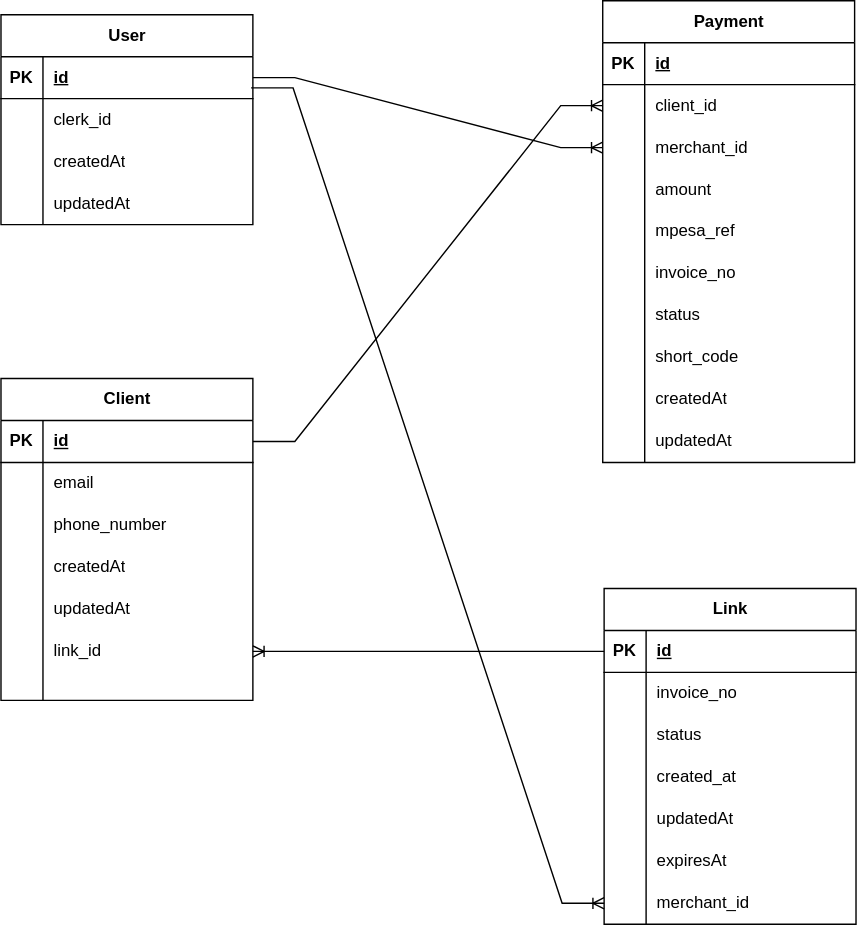
The draw.io diagram assets/Diagrams/Entity-relationship-diagram.svg in eva003n/paylink, before a commit. Source tidied: cells renumbered, new cells last; positions are measured from the earlier drawing's top-left corner, leaving out a move shared by most shapes.
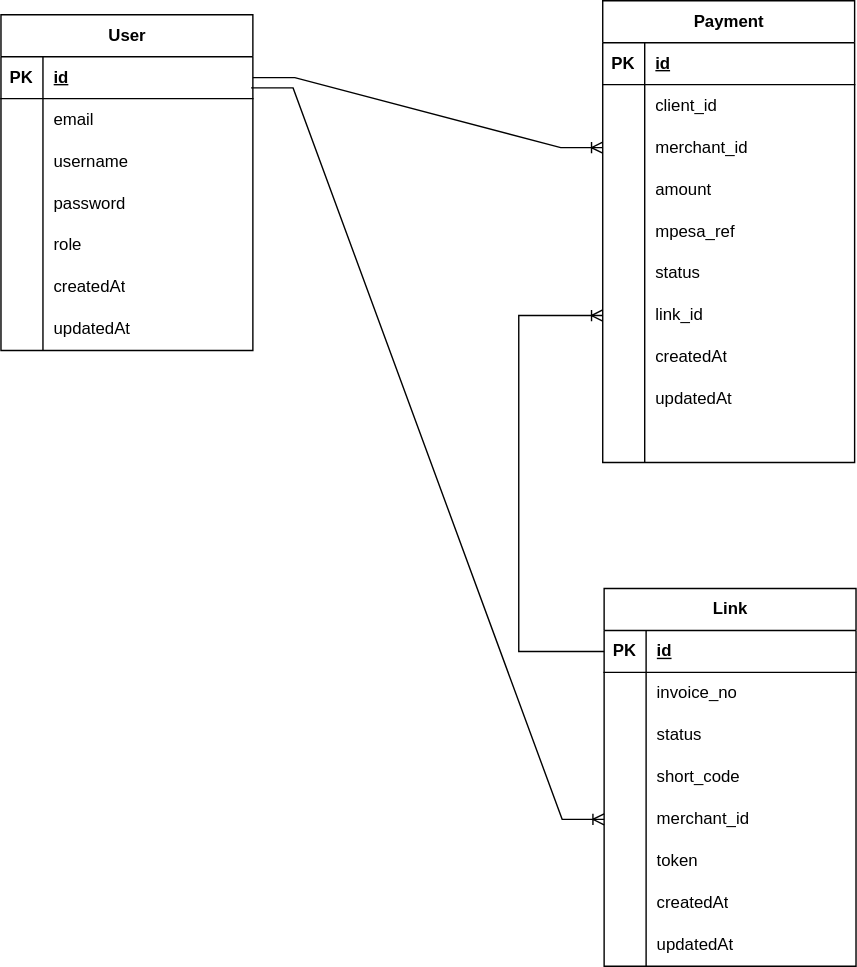
Later version of the same file.

The edit, as a diff of the source:
```diff
@@ -5,3 +5,3 @@
     <mxCell id="2" value="User" style="shape=table;startSize=30;rowLines=0;fontStyle=1;align=center;html=1;" parent="1" vertex="1">
-      <mxGeometry y="10" width="180" height="150" as="geometry" />
+      <mxGeometry y="10" width="180" height="240" as="geometry" />
     </mxCell>
@@ -22,3 +22,3 @@
     </mxCell>
-    <mxCell id="8" value="clerk_id" style="shape=partialRectangle;fillColor=none;top=0;left=0;bottom=0;right=0;align=left;spacingLeft=6;overflow=hidden;whiteSpace=wrap;html=1;" parent="6" vertex="1">
+    <mxCell id="8" value="email" style="shape=partialRectangle;fillColor=none;top=0;left=0;bottom=0;right=0;align=left;spacingLeft=6;overflow=hidden;whiteSpace=wrap;html=1;" parent="6" vertex="1">
       <mxGeometry x="30" width="150" height="30" as="geometry" />
@@ -31,3 +31,3 @@
     </mxCell>
-    <mxCell id="11" value="createdAt" style="shape=partialRectangle;fillColor=none;top=0;left=0;bottom=0;right=0;align=left;spacingLeft=6;overflow=hidden;whiteSpace=wrap;html=1;" parent="9" vertex="1">
+    <mxCell id="11" value="username" style="shape=partialRectangle;fillColor=none;top=0;left=0;bottom=0;right=0;align=left;spacingLeft=6;overflow=hidden;whiteSpace=wrap;html=1;" parent="9" vertex="1">
       <mxGeometry x="30" width="150" height="30" as="geometry" />
@@ -40,5 +40,32 @@
     </mxCell>
-    <mxCell id="14" value="updatedAt" style="shape=partialRectangle;fillColor=none;top=0;left=0;bottom=0;right=0;align=left;spacingLeft=6;overflow=hidden;whiteSpace=wrap;html=1;" parent="12" vertex="1">
+    <mxCell id="14" value="password" style="shape=partialRectangle;fillColor=none;top=0;left=0;bottom=0;right=0;align=left;spacingLeft=6;overflow=hidden;whiteSpace=wrap;html=1;" parent="12" vertex="1">
       <mxGeometry x="30" width="150" height="30" as="geometry" />
     </mxCell>
+    <mxCell id="59" style="shape=tableRow;horizontal=0;startSize=0;swimlaneHead=0;swimlaneBody=0;fillColor=none;top=0;left=0;right=0;bottom=0;" parent="2" vertex="1">
+      <mxGeometry y="150" width="180" height="30" as="geometry" />
+    </mxCell>
+    <mxCell id="94" style="shape=partialRectangle;fillColor=none;top=0;left=0;bottom=0;right=0;overflow=hidden;whiteSpace=wrap;html=1;" parent="59" vertex="1">
+      <mxGeometry width="30" height="30" as="geometry" />
+    </mxCell>
+    <mxCell id="95" value="role" style="shape=partialRectangle;fillColor=none;top=0;left=0;bottom=0;right=0;align=left;spacingLeft=6;overflow=hidden;whiteSpace=wrap;html=1;" parent="59" vertex="1">
+      <mxGeometry x="30" width="150" height="30" as="geometry" />
+    </mxCell>
+    <mxCell id="62" style="shape=tableRow;horizontal=0;startSize=0;swimlaneHead=0;swimlaneBody=0;fillColor=none;points=[[0,0.5],[1,0.5]];portConstraint=eastwest;top=0;left=0;right=0;bottom=0;" parent="2" vertex="1">
+      <mxGeometry y="180" width="180" height="30" as="geometry" />
+    </mxCell>
+    <mxCell id="96" style="shape=partialRectangle;fillColor=none;top=0;left=0;bottom=0;right=0;overflow=hidden;whiteSpace=wrap;html=1;" parent="62" vertex="1">
+      <mxGeometry width="30" height="30" as="geometry" />
+    </mxCell>
+    <mxCell id="58" value="createdAt" style="shape=partialRectangle;fillColor=none;top=0;left=0;bottom=0;right=0;align=left;spacingLeft=6;overflow=hidden;whiteSpace=wrap;html=1;" parent="62" vertex="1">
+      <mxGeometry x="30" width="150" height="30" as="geometry" />
+    </mxCell>
+    <mxCell id="97" style="shape=tableRow;horizontal=0;startSize=0;swimlaneHead=0;swimlaneBody=0;fillColor=none;top=0;left=0;right=0;bottom=0;" parent="2" vertex="1">
+      <mxGeometry y="210" width="180" height="30" as="geometry" />
+    </mxCell>
+    <mxCell id="98" style="shape=partialRectangle;fillColor=none;top=0;left=0;bottom=0;right=0;overflow=hidden;whiteSpace=wrap;html=1;" parent="97" vertex="1">
+      <mxGeometry width="30" height="30" as="geometry" />
+    </mxCell>
+    <mxCell id="99" value="updatedAt" style="shape=partialRectangle;fillColor=none;top=0;left=0;bottom=0;right=0;align=left;spacingLeft=6;overflow=hidden;whiteSpace=wrap;html=1;" parent="97" vertex="1">
+      <mxGeometry x="30" width="150" height="30" as="geometry" />
+    </mxCell>
     <mxCell id="15" value="Payment" style="shape=table;startSize=30;rowLines=0;fontStyle=1;align=center;html=1;" parent="1" vertex="1">
@@ -97,3 +124,3 @@
     </mxCell>
-    <mxCell id="33" value="invoice_no" style="shape=partialRectangle;fillColor=none;top=0;left=0;bottom=0;right=0;align=left;spacingLeft=6;overflow=hidden;whiteSpace=wrap;html=1;" parent="31" vertex="1">
+    <mxCell id="33" value="status" style="shape=partialRectangle;fillColor=none;top=0;left=0;bottom=0;right=0;align=left;spacingLeft=6;overflow=hidden;whiteSpace=wrap;html=1;" parent="31" vertex="1">
       <mxGeometry x="30" width="150" height="30" as="geometry" />
@@ -106,3 +133,3 @@
     </mxCell>
-    <mxCell id="36" value="status" style="shape=partialRectangle;fillColor=none;top=0;left=0;bottom=0;right=0;align=left;spacingLeft=6;overflow=hidden;whiteSpace=wrap;html=1;" parent="34" vertex="1">
+    <mxCell id="36" value="link_id" style="shape=partialRectangle;fillColor=none;top=0;left=0;bottom=0;right=0;align=left;spacingLeft=6;overflow=hidden;whiteSpace=wrap;html=1;" parent="34" vertex="1">
       <mxGeometry x="30" width="150" height="30" as="geometry" />
@@ -115,3 +142,3 @@
     </mxCell>
-    <mxCell id="39" value="short_code" style="shape=partialRectangle;fillColor=none;top=0;left=0;bottom=0;right=0;align=left;spacingLeft=6;overflow=hidden;whiteSpace=wrap;html=1;" parent="37" vertex="1">
+    <mxCell id="39" value="createdAt" style="shape=partialRectangle;fillColor=none;top=0;left=0;bottom=0;right=0;align=left;spacingLeft=6;overflow=hidden;whiteSpace=wrap;html=1;" parent="37" vertex="1">
       <mxGeometry x="30" width="150" height="30" as="geometry" />
@@ -124,3 +151,3 @@
     </mxCell>
-    <mxCell id="42" value="createdAt" style="shape=partialRectangle;fillColor=none;top=0;left=0;bottom=0;right=0;align=left;spacingLeft=6;overflow=hidden;whiteSpace=wrap;html=1;" parent="40" vertex="1">
+    <mxCell id="42" value="updatedAt" style="shape=partialRectangle;fillColor=none;top=0;left=0;bottom=0;right=0;align=left;spacingLeft=6;overflow=hidden;whiteSpace=wrap;html=1;" parent="40" vertex="1">
       <mxGeometry x="30" width="150" height="30" as="geometry" />
@@ -133,73 +160,7 @@
     </mxCell>
-    <mxCell id="45" value="updatedAt" style="shape=partialRectangle;fillColor=none;top=0;left=0;bottom=0;right=0;align=left;spacingLeft=6;overflow=hidden;whiteSpace=wrap;html=1;" parent="43" vertex="1">
+    <mxCell id="45" style="shape=partialRectangle;fillColor=none;top=0;left=0;bottom=0;right=0;align=left;spacingLeft=6;overflow=hidden;whiteSpace=wrap;html=1;" parent="43" vertex="1">
       <mxGeometry x="30" width="150" height="30" as="geometry" />
     </mxCell>
-    <mxCell id="46" value="Client" style="shape=table;startSize=30;rowLines=0;fontStyle=1;align=center;html=1;" parent="1" vertex="1">
-      <mxGeometry y="270" width="180" height="230" as="geometry" />
-    </mxCell>
-    <mxCell id="47" style="shape=tableRow;horizontal=0;startSize=0;swimlaneHead=0;swimlaneBody=0;fillColor=none;points=[[0,0.5],[1,0.5]];portConstraint=eastwest;top=0;left=0;right=0;bottom=1;" parent="46" vertex="1">
-      <mxGeometry y="30" width="180" height="30" as="geometry" />
-    </mxCell>
-    <mxCell id="48" value="PK" style="shape=partialRectangle;fillColor=none;top=0;left=0;bottom=0;right=0;fontStyle=1;overflow=hidden;whiteSpace=wrap;html=1;" parent="47" vertex="1">
-      <mxGeometry width="30" height="30" as="geometry" />
-    </mxCell>
-    <mxCell id="49" value="id" style="shape=partialRectangle;fillColor=none;top=0;left=0;bottom=0;right=0;align=left;spacingLeft=6;fontStyle=5;overflow=hidden;whiteSpace=wrap;html=1;" parent="47" vertex="1">
-      <mxGeometry x="30" width="150" height="30" as="geometry" />
-    </mxCell>
-    <mxCell id="50" style="shape=tableRow;horizontal=0;startSize=0;swimlaneHead=0;swimlaneBody=0;fillColor=none;top=0;left=0;right=0;bottom=0;" parent="46" vertex="1">
-      <mxGeometry y="60" width="180" height="30" as="geometry" />
-    </mxCell>
-    <mxCell id="51" style="shape=partialRectangle;fillColor=none;top=0;left=0;bottom=0;right=0;overflow=hidden;whiteSpace=wrap;html=1;" parent="50" vertex="1">
-      <mxGeometry width="30" height="30" as="geometry" />
-    </mxCell>
-    <mxCell id="52" value="email" style="shape=partialRectangle;fillColor=none;top=0;left=0;bottom=0;right=0;align=left;spacingLeft=6;overflow=hidden;whiteSpace=wrap;html=1;" parent="50" vertex="1">
-      <mxGeometry x="30" width="150" height="30" as="geometry" />
-    </mxCell>
-    <mxCell id="53" style="shape=tableRow;horizontal=0;startSize=0;swimlaneHead=0;swimlaneBody=0;fillColor=none;top=0;left=0;right=0;bottom=0;" parent="46" vertex="1">
-      <mxGeometry y="90" width="180" height="30" as="geometry" />
-    </mxCell>
-    <mxCell id="54" style="shape=partialRectangle;fillColor=none;top=0;left=0;bottom=0;right=0;overflow=hidden;whiteSpace=wrap;html=1;" parent="53" vertex="1">
-      <mxGeometry width="30" height="30" as="geometry" />
-    </mxCell>
-    <mxCell id="55" value="phone_number" style="shape=partialRectangle;fillColor=none;top=0;left=0;bottom=0;right=0;align=left;spacingLeft=6;overflow=hidden;whiteSpace=wrap;html=1;" parent="53" vertex="1">
-      <mxGeometry x="30" width="150" height="30" as="geometry" />
-    </mxCell>
-    <mxCell id="56" style="shape=tableRow;horizontal=0;startSize=0;swimlaneHead=0;swimlaneBody=0;fillColor=none;top=0;left=0;right=0;bottom=0;" parent="46" vertex="1">
-      <mxGeometry y="120" width="180" height="30" as="geometry" />
-    </mxCell>
-    <mxCell id="57" style="shape=partialRectangle;fillColor=none;top=0;left=0;bottom=0;right=0;overflow=hidden;whiteSpace=wrap;html=1;" parent="56" vertex="1">
-      <mxGeometry width="30" height="30" as="geometry" />
-    </mxCell>
-    <mxCell id="58" value="createdAt" style="shape=partialRectangle;fillColor=none;top=0;left=0;bottom=0;right=0;align=left;spacingLeft=6;overflow=hidden;whiteSpace=wrap;html=1;" parent="56" vertex="1">
-      <mxGeometry x="30" width="150" height="30" as="geometry" />
-    </mxCell>
-    <mxCell id="59" style="shape=tableRow;horizontal=0;startSize=0;swimlaneHead=0;swimlaneBody=0;fillColor=none;top=0;left=0;right=0;bottom=0;" parent="46" vertex="1">
-      <mxGeometry y="150" width="180" height="30" as="geometry" />
-    </mxCell>
-    <mxCell id="60" style="shape=partialRectangle;fillColor=none;top=0;left=0;bottom=0;right=0;overflow=hidden;whiteSpace=wrap;html=1;" parent="59" vertex="1">
-      <mxGeometry width="30" height="30" as="geometry" />
-    </mxCell>
-    <mxCell id="61" value="updatedAt" style="shape=partialRectangle;fillColor=none;top=0;left=0;bottom=0;right=0;align=left;spacingLeft=6;overflow=hidden;whiteSpace=wrap;html=1;" parent="59" vertex="1">
-      <mxGeometry x="30" width="150" height="30" as="geometry" />
-    </mxCell>
-    <mxCell id="62" style="shape=tableRow;horizontal=0;startSize=0;swimlaneHead=0;swimlaneBody=0;fillColor=none;points=[[0,0.5],[1,0.5]];portConstraint=eastwest;top=0;left=0;right=0;bottom=0;" parent="46" vertex="1">
-      <mxGeometry y="180" width="180" height="30" as="geometry" />
-    </mxCell>
-    <mxCell id="63" style="shape=partialRectangle;fillColor=none;top=0;left=0;bottom=0;right=0;overflow=hidden;whiteSpace=wrap;html=1;" parent="62" vertex="1">
-      <mxGeometry width="30" height="30" as="geometry" />
-    </mxCell>
-    <mxCell id="64" value="link_id" style="shape=partialRectangle;fillColor=none;top=0;left=0;bottom=0;right=0;align=left;spacingLeft=6;overflow=hidden;whiteSpace=wrap;html=1;" parent="62" vertex="1">
-      <mxGeometry x="30" width="150" height="30" as="geometry" />
-    </mxCell>
-    <mxCell id="65" style="shape=tableRow;horizontal=0;startSize=0;swimlaneHead=0;swimlaneBody=0;fillColor=none;top=0;left=0;right=0;bottom=0;" parent="46" vertex="1">
-      <mxGeometry y="210" width="180" height="20" as="geometry" />
-    </mxCell>
-    <mxCell id="66" style="shape=partialRectangle;fillColor=none;top=0;left=0;bottom=0;right=0;overflow=hidden;whiteSpace=wrap;html=1;" parent="65" vertex="1">
-      <mxGeometry width="30" height="20" as="geometry" />
-    </mxCell>
-    <mxCell id="67" style="shape=partialRectangle;fillColor=none;top=0;left=0;bottom=0;right=0;align=left;spacingLeft=6;overflow=hidden;whiteSpace=wrap;html=1;" parent="65" vertex="1">
-      <mxGeometry x="30" width="150" height="20" as="geometry" />
-    </mxCell>
     <mxCell id="68" value="Link" style="shape=table;startSize=30;rowLines=0;fontStyle=1;align=center;html=1;" parent="1" vertex="1">
-      <mxGeometry x="431" y="420" width="180" height="240" as="geometry" />
+      <mxGeometry x="431" y="420" width="180" height="270" as="geometry" />
     </mxCell>
@@ -238,3 +199,3 @@
     </mxCell>
-    <mxCell id="80" value="created_at" style="shape=partialRectangle;fillColor=none;top=0;left=0;bottom=0;right=0;align=left;spacingLeft=6;overflow=hidden;whiteSpace=wrap;html=1;" parent="78" vertex="1">
+    <mxCell id="80" value="short_code" style="shape=partialRectangle;fillColor=none;top=0;left=0;bottom=0;right=0;align=left;spacingLeft=6;overflow=hidden;whiteSpace=wrap;html=1;" parent="78" vertex="1">
       <mxGeometry x="30" width="150" height="30" as="geometry" />
@@ -247,3 +208,3 @@
     </mxCell>
-    <mxCell id="83" value="updatedAt" style="shape=partialRectangle;fillColor=none;top=0;left=0;bottom=0;right=0;align=left;spacingLeft=6;overflow=hidden;whiteSpace=wrap;html=1;" parent="81" vertex="1">
+    <mxCell id="83" value="merchant_id" style="shape=partialRectangle;fillColor=none;top=0;left=0;bottom=0;right=0;align=left;spacingLeft=6;overflow=hidden;whiteSpace=wrap;html=1;" parent="81" vertex="1">
       <mxGeometry x="30" width="150" height="30" as="geometry" />
@@ -256,3 +217,3 @@
     </mxCell>
-    <mxCell id="86" value="expiresAt" style="shape=partialRectangle;fillColor=none;top=0;left=0;bottom=0;right=0;align=left;spacingLeft=6;overflow=hidden;whiteSpace=wrap;html=1;" parent="84" vertex="1">
+    <mxCell id="86" value="token" style="shape=partialRectangle;fillColor=none;top=0;left=0;bottom=0;right=0;align=left;spacingLeft=6;overflow=hidden;whiteSpace=wrap;html=1;" parent="84" vertex="1">
       <mxGeometry x="30" width="150" height="30" as="geometry" />
@@ -265,5 +226,14 @@
     </mxCell>
-    <mxCell id="89" value="merchant_id" style="shape=partialRectangle;fillColor=none;top=0;left=0;bottom=0;right=0;align=left;spacingLeft=6;overflow=hidden;whiteSpace=wrap;html=1;" parent="87" vertex="1">
+    <mxCell id="89" value="createdAt" style="shape=partialRectangle;fillColor=none;top=0;left=0;bottom=0;right=0;align=left;spacingLeft=6;overflow=hidden;whiteSpace=wrap;html=1;" parent="87" vertex="1">
       <mxGeometry x="30" width="150" height="30" as="geometry" />
     </mxCell>
+    <mxCell id="100" style="shape=tableRow;horizontal=0;startSize=0;swimlaneHead=0;swimlaneBody=0;fillColor=none;top=0;left=0;right=0;bottom=0;" parent="68" vertex="1">
+      <mxGeometry y="240" width="180" height="30" as="geometry" />
+    </mxCell>
+    <mxCell id="101" style="shape=partialRectangle;fillColor=none;top=0;left=0;bottom=0;right=0;overflow=hidden;whiteSpace=wrap;html=1;" parent="100" vertex="1">
+      <mxGeometry width="30" height="30" as="geometry" />
+    </mxCell>
+    <mxCell id="102" value="updatedAt" style="shape=partialRectangle;fillColor=none;top=0;left=0;bottom=0;right=0;align=left;spacingLeft=6;overflow=hidden;whiteSpace=wrap;html=1;" parent="100" vertex="1">
+      <mxGeometry x="30" width="150" height="30" as="geometry" />
+    </mxCell>
     <mxCell id="90" style="edgeStyle=entityRelationEdgeStyle;fontSize=12;html=1;endArrow=ERoneToMany;rounded=0;exitX=1;exitY=0.5;exitDx=0;exitDy=0;entryX=0;entryY=0.5;entryDx=0;entryDy=0;" parent="1" edge="1" source="3" target="22">
@@ -271,10 +241,12 @@
     </mxCell>
-    <mxCell id="91" style="edgeStyle=entityRelationEdgeStyle;fontSize=12;html=1;endArrow=ERoneToMany;rounded=0;exitX=0.993;exitY=0.744;exitDx=0;exitDy=0;exitPerimeter=0;entryX=0;entryY=0.5;entryDx=0;entryDy=0;" parent="1" edge="1" source="3" target="87">
+    <mxCell id="91" style="edgeStyle=entityRelationEdgeStyle;fontSize=12;html=1;endArrow=ERoneToMany;rounded=0;exitX=0.993;exitY=0.744;exitDx=0;exitDy=0;exitPerimeter=0;entryX=0;entryY=0.5;entryDx=0;entryDy=0;" parent="1" edge="1" source="3" target="81">
       <mxGeometry relative="1" as="geometry" />
     </mxCell>
-    <mxCell id="92" style="edgeStyle=entityRelationEdgeStyle;fontSize=12;html=1;endArrow=ERoneToMany;rounded=0;exitX=1;exitY=0.5;exitDx=0;exitDy=0;entryX=0;entryY=0.5;entryDx=0;entryDy=0;" parent="1" edge="1" source="47" target="19">
-      <mxGeometry relative="1" as="geometry" />
-    </mxCell>
-    <mxCell id="93" style="edgeStyle=orthogonalEdgeStyle;fontSize=12;html=1;endArrow=ERoneToMany;rounded=0;entryX=1;entryY=0.5;entryDx=0;entryDy=0;exitX=0;exitY=0.5;exitDx=0;exitDy=0;" parent="1" edge="1" source="69" target="62">
-      <mxGeometry relative="1" as="geometry" />
+    <mxCell id="93" style="edgeStyle=orthogonalEdgeStyle;fontSize=12;html=1;endArrow=ERoneToMany;rounded=0;exitX=0;exitY=0.5;exitDx=0;exitDy=0;entryX=0;entryY=0.5;entryDx=0;entryDy=0;" parent="1" edge="1" source="69" target="34">
+      <mxGeometry relative="1" as="geometry">
+        <Array as="points">
+          <mxPoint x="370" y="465" />
+          <mxPoint x="370" y="225" />
+        </Array>
+      </mxGeometry>
     </mxCell>
```
